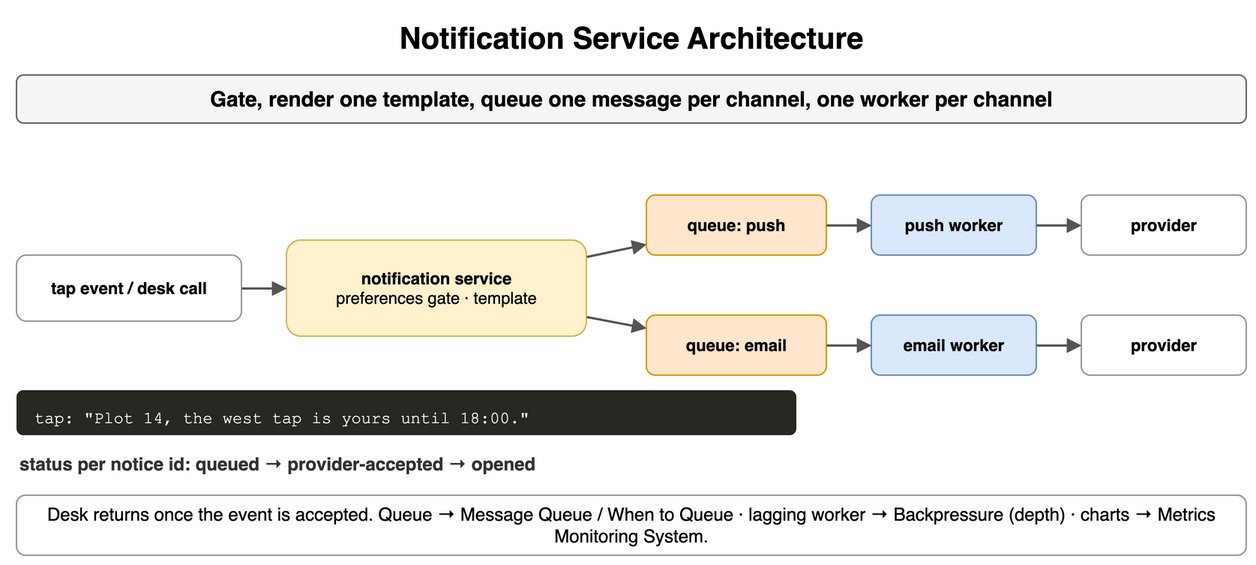
This is content/09_System_Design_Interview/21_Real_Time_and_Notification_Systems/diagrams/notifications-4-notification-service-architecture.png from amendez13/swe-study-guide, a draw.io export, as it was before one commit. Source tidied: cells renumbered, new cells last; positions are measured from the earlier drawing's top-left corner, leaving out a move shared by most shapes. The source it was exported from:
```xml
<mxGraphModel>
  <root>
    <mxCell id="0" />
    <mxCell id="1" parent="0" />
    <mxCell id="2" value="Notification Service Architecture" style="text;html=1;align=center;verticalAlign=middle;whiteSpace=wrap;fontSize=20;fontStyle=1;" parent="1" vertex="1">
      <mxGeometry width="820" height="30" as="geometry" />
    </mxCell>
    <mxCell id="3" value="Gate, render one template, queue one message per channel, one worker per channel" style="rounded=1;whiteSpace=wrap;html=1;fillColor=#f5f5f5;strokeColor=#666666;fontStyle=1;fontSize=14;" parent="1" vertex="1">
      <mxGeometry y="40" width="820" height="32" as="geometry" />
    </mxCell>
    <mxCell id="4" value="tap event / desk call" style="rounded=1;whiteSpace=wrap;html=1;fillColor=#ffffff;strokeColor=#999999;fontSize=11;align=center;fontStyle=1;" parent="1" vertex="1">
      <mxGeometry y="160" width="150" height="44" as="geometry" />
    </mxCell>
    <mxCell id="5" value="notification service&lt;br&gt;&lt;span style='font-weight:normal'&gt;preferences gate · template&lt;/span&gt;" style="rounded=1;whiteSpace=wrap;html=1;fillColor=#fff2cc;strokeColor=#d6b656;fontSize=11;align=center;fontStyle=1;" parent="1" vertex="1">
      <mxGeometry x="180" y="150" width="200" height="64" as="geometry" />
    </mxCell>
    <mxCell id="6" style="endArrow=block;endSize=6;html=1;strokeWidth=1.5;strokeColor=#555555;fontSize=11;labelBackgroundColor=#ffffff;" parent="1" edge="1" source="4" target="5">
      <mxGeometry relative="1" as="geometry" />
    </mxCell>
    <mxCell id="7" value="queue: push" style="rounded=1;whiteSpace=wrap;html=1;fillColor=#ffe6cc;strokeColor=#d79b00;fontSize=11;align=center;fontStyle=1;" parent="1" vertex="1">
      <mxGeometry x="420" y="120" width="120" height="40" as="geometry" />
    </mxCell>
    <mxCell id="8" value="push worker" style="rounded=1;whiteSpace=wrap;html=1;fillColor=#dae8fc;strokeColor=#6c8ebf;fontSize=11;align=center;fontStyle=1;" parent="1" vertex="1">
      <mxGeometry x="570" y="120" width="110" height="40" as="geometry" />
    </mxCell>
    <mxCell id="9" value="provider" style="rounded=1;whiteSpace=wrap;html=1;fillColor=#ffffff;strokeColor=#999999;fontSize=11;align=center;fontStyle=1;" parent="1" vertex="1">
      <mxGeometry x="710" y="120" width="110" height="40" as="geometry" />
    </mxCell>
    <mxCell id="10" style="endArrow=block;endSize=6;html=1;strokeWidth=1.5;strokeColor=#555555;fontSize=11;labelBackgroundColor=#ffffff;" parent="1" edge="1" source="5" target="7">
      <mxGeometry relative="1" as="geometry" />
    </mxCell>
    <mxCell id="11" style="endArrow=block;endSize=6;html=1;strokeWidth=1.5;strokeColor=#555555;fontSize=11;labelBackgroundColor=#ffffff;" parent="1" edge="1" source="7" target="8">
      <mxGeometry relative="1" as="geometry" />
    </mxCell>
    <mxCell id="12" style="endArrow=block;endSize=6;html=1;strokeWidth=1.5;strokeColor=#555555;fontSize=11;labelBackgroundColor=#ffffff;" parent="1" edge="1" source="8" target="9">
      <mxGeometry relative="1" as="geometry" />
    </mxCell>
    <mxCell id="13" value="queue: email" style="rounded=1;whiteSpace=wrap;html=1;fillColor=#ffe6cc;strokeColor=#d79b00;fontSize=11;align=center;fontStyle=1;" parent="1" vertex="1">
      <mxGeometry x="420" y="200" width="120" height="40" as="geometry" />
    </mxCell>
    <mxCell id="14" value="email worker" style="rounded=1;whiteSpace=wrap;html=1;fillColor=#dae8fc;strokeColor=#6c8ebf;fontSize=11;align=center;fontStyle=1;" parent="1" vertex="1">
      <mxGeometry x="570" y="200" width="110" height="40" as="geometry" />
    </mxCell>
    <mxCell id="15" value="provider" style="rounded=1;whiteSpace=wrap;html=1;fillColor=#ffffff;strokeColor=#999999;fontSize=11;align=center;fontStyle=1;" parent="1" vertex="1">
      <mxGeometry x="710" y="200" width="110" height="40" as="geometry" />
    </mxCell>
    <mxCell id="16" style="endArrow=block;endSize=6;html=1;strokeWidth=1.5;strokeColor=#555555;fontSize=11;labelBackgroundColor=#ffffff;" parent="1" edge="1" source="5" target="13">
      <mxGeometry relative="1" as="geometry" />
    </mxCell>
    <mxCell id="17" style="endArrow=block;endSize=6;html=1;strokeWidth=1.5;strokeColor=#555555;fontSize=11;labelBackgroundColor=#ffffff;" parent="1" edge="1" source="13" target="14">
      <mxGeometry relative="1" as="geometry" />
    </mxCell>
    <mxCell id="18" style="endArrow=block;endSize=6;html=1;strokeWidth=1.5;strokeColor=#555555;fontSize=11;labelBackgroundColor=#ffffff;" parent="1" edge="1" source="14" target="15">
      <mxGeometry relative="1" as="geometry" />
    </mxCell>
    <mxCell id="19" value="tap:&amp;nbsp;&amp;quot;Plot&amp;nbsp;14,&amp;nbsp;the&amp;nbsp;west&amp;nbsp;tap&amp;nbsp;is&amp;nbsp;yours&amp;nbsp;until&amp;nbsp;18:00.&amp;quot;" style="rounded=1;whiteSpace=wrap;html=1;align=left;verticalAlign=top;spacingLeft=10;spacingTop=6;fontFamily=Courier New;fontSize=11;fillColor=#272822;fontColor=#f8f8f2;strokeColor=none;" parent="1" vertex="1">
      <mxGeometry y="250" width="520" height="30" as="geometry" />
    </mxCell>
    <mxCell id="20" value="status per notice id: queued → provider-accepted → opened" style="text;html=1;whiteSpace=wrap;fontSize=11;align=left;verticalAlign=middle;fontSize=12;fontColor=#333333;fontStyle=1;" parent="1" vertex="1">
      <mxGeometry y="290" width="820" height="18" as="geometry" />
    </mxCell>
    <mxCell id="21" value="Desk returns once the event is accepted. Queue → Message Queue / When to Queue · lagging worker → Backpressure (depth) · charts → Metrics Monitoring System." style="rounded=1;whiteSpace=wrap;html=1;fillColor=#ffffff;strokeColor=#999999;fontSize=12;align=center;" parent="1" vertex="1">
      <mxGeometry y="320" width="820" height="40" as="geometry" />
    </mxCell>
  </root>
</mxGraphModel>
```
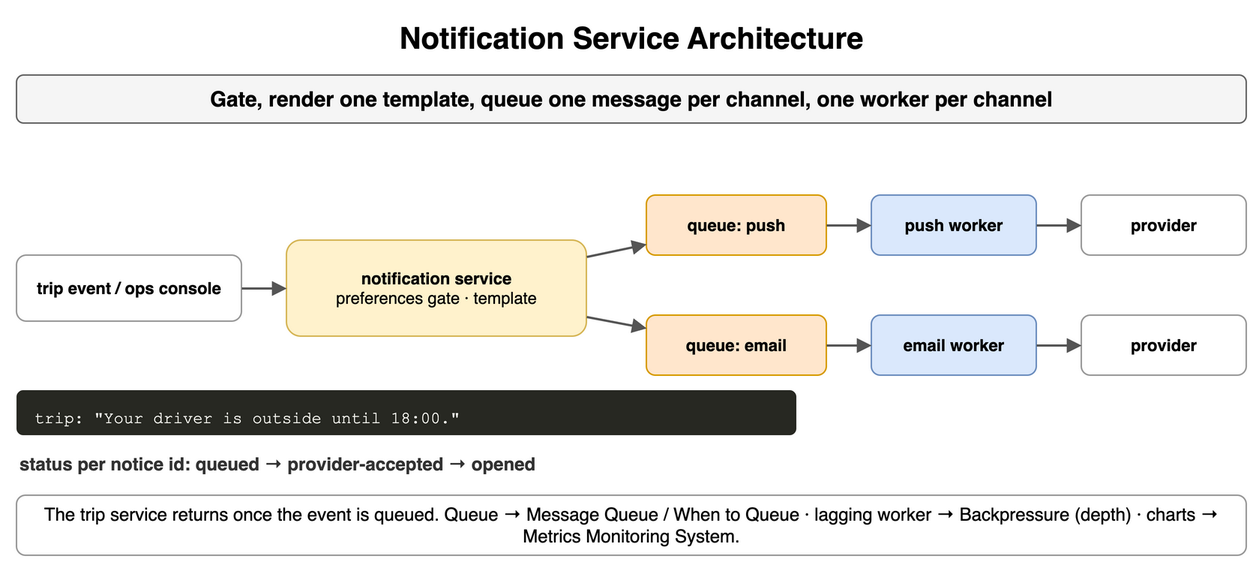
The same file after the commit.

Diff of the diagram source:
```diff
@@ -8,7 +8,7 @@
     <mxCell id="3" value="Gate, render one template, queue one message per channel, one worker per channel" style="rounded=1;whiteSpace=wrap;html=1;fillColor=#f5f5f5;strokeColor=#666666;fontStyle=1;fontSize=14;" parent="1" vertex="1">
       <mxGeometry y="40" width="820" height="32" as="geometry" />
     </mxCell>
-    <mxCell id="4" value="tap event / desk call" style="rounded=1;whiteSpace=wrap;html=1;fillColor=#ffffff;strokeColor=#999999;fontSize=11;align=center;fontStyle=1;" parent="1" vertex="1">
+    <mxCell id="4" value="trip event / ops console" style="rounded=1;whiteSpace=wrap;html=1;fillColor=#ffffff;strokeColor=#999999;fontSize=11;align=center;fontStyle=1;" parent="1" vertex="1">
       <mxGeometry y="160" width="150" height="44" as="geometry" />
     </mxCell>
     <mxCell id="5" value="notification service&lt;br&gt;&lt;span style='font-weight:normal'&gt;preferences gate · template&lt;/span&gt;" style="rounded=1;whiteSpace=wrap;html=1;fillColor=#fff2cc;strokeColor=#d6b656;fontSize=11;align=center;fontStyle=1;" parent="1" vertex="1">
@@ -53,13 +53,13 @@
     <mxCell id="18" style="endArrow=block;endSize=6;html=1;strokeWidth=1.5;strokeColor=#555555;fontSize=11;labelBackgroundColor=#ffffff;" parent="1" edge="1" source="14" target="15">
       <mxGeometry relative="1" as="geometry" />
     </mxCell>
-    <mxCell id="19" value="tap:&amp;nbsp;&amp;quot;Plot&amp;nbsp;14,&amp;nbsp;the&amp;nbsp;west&amp;nbsp;tap&amp;nbsp;is&amp;nbsp;yours&amp;nbsp;until&amp;nbsp;18:00.&amp;quot;" style="rounded=1;whiteSpace=wrap;html=1;align=left;verticalAlign=top;spacingLeft=10;spacingTop=6;fontFamily=Courier New;fontSize=11;fillColor=#272822;fontColor=#f8f8f2;strokeColor=none;" parent="1" vertex="1">
+    <mxCell id="19" value="trip:&amp;nbsp;&amp;quot;Your&amp;nbsp;driver&amp;nbsp;is&amp;nbsp;outside&amp;nbsp;until&amp;nbsp;18:00.&amp;quot;" style="rounded=1;whiteSpace=wrap;html=1;align=left;verticalAlign=top;spacingLeft=10;spacingTop=6;fontFamily=Courier New;fontSize=11;fillColor=#272822;fontColor=#f8f8f2;strokeColor=none;" parent="1" vertex="1">
       <mxGeometry y="250" width="520" height="30" as="geometry" />
     </mxCell>
     <mxCell id="20" value="status per notice id: queued → provider-accepted → opened" style="text;html=1;whiteSpace=wrap;fontSize=11;align=left;verticalAlign=middle;fontSize=12;fontColor=#333333;fontStyle=1;" parent="1" vertex="1">
       <mxGeometry y="290" width="820" height="18" as="geometry" />
     </mxCell>
-    <mxCell id="21" value="Desk returns once the event is accepted. Queue → Message Queue / When to Queue · lagging worker → Backpressure (depth) · charts → Metrics Monitoring System." style="rounded=1;whiteSpace=wrap;html=1;fillColor=#ffffff;strokeColor=#999999;fontSize=12;align=center;" parent="1" vertex="1">
+    <mxCell id="21" value="The trip service returns once the event is queued. Queue → Message Queue / When to Queue · lagging worker → Backpressure (depth) · charts → Metrics Monitoring System." style="rounded=1;whiteSpace=wrap;html=1;fillColor=#ffffff;strokeColor=#999999;fontSize=12;align=center;" parent="1" vertex="1">
       <mxGeometry y="320" width="820" height="40" as="geometry" />
     </mxCell>
   </root>
```
